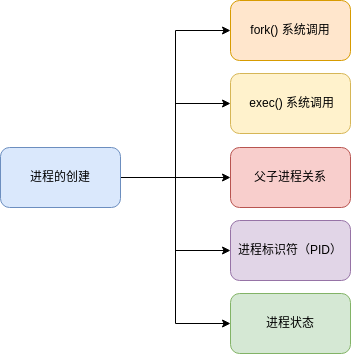
Above: 进程的创建方式.drawio.png in YuMingLiDawn/Linux (draw.io), before the change. Source tidied: cells renumbered, new cells last; positions are measured from the earlier drawing's top-left corner, leaving out a move shared by most shapes.
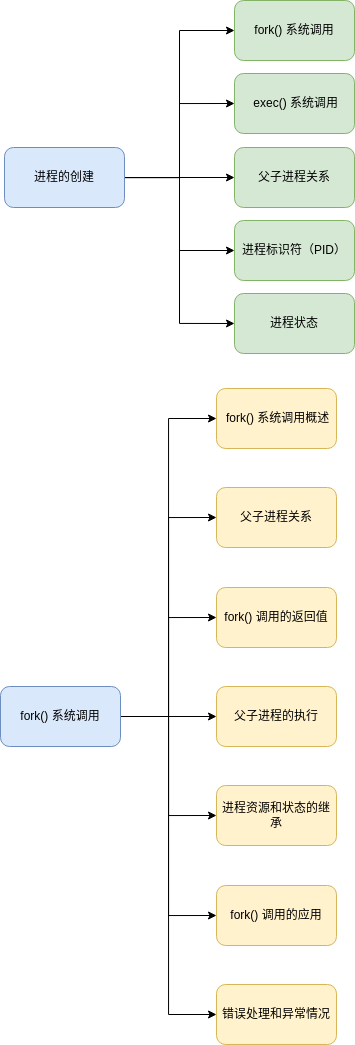
The same diagram one commit later.

Commit message:
更新进程的创建方式.drawio.png

Change to the diagram source:
```diff
@@ -20,20 +20,65 @@
     <mxCell id="7" value="进程的创建" style="rounded=1;whiteSpace=wrap;html=1;fillColor=#dae8fc;strokeColor=#6c8ebf;" parent="1" vertex="1">
       <mxGeometry y="147" width="120" height="60" as="geometry" />
     </mxCell>
-    <mxCell id="8" value="fork() 系统调用" style="rounded=1;whiteSpace=wrap;html=1;flipV=1;fillColor=#ffe6cc;strokeColor=#d79b00;" parent="1" vertex="1">
+    <mxCell id="8" value="fork() 系统调用" style="rounded=1;whiteSpace=wrap;html=1;flipV=1;fillColor=#d5e8d4;strokeColor=#82b366;" parent="1" vertex="1">
       <mxGeometry x="230" width="120" height="60" as="geometry" />
     </mxCell>
-    <mxCell id="9" value="进程标识符（PID）" style="rounded=1;whiteSpace=wrap;html=1;flipV=1;fillColor=#e1d5e7;strokeColor=#9673a6;" parent="1" vertex="1">
+    <mxCell id="9" value="进程标识符（PID）" style="rounded=1;whiteSpace=wrap;html=1;flipV=1;fillColor=#d5e8d4;strokeColor=#82b366;" parent="1" vertex="1">
       <mxGeometry x="230" y="220" width="120" height="60" as="geometry" />
     </mxCell>
     <mxCell id="10" value="进程状态" style="rounded=1;whiteSpace=wrap;html=1;flipV=1;fillColor=#d5e8d4;strokeColor=#82b366;" parent="1" vertex="1">
       <mxGeometry x="230" y="293" width="120" height="60" as="geometry" />
     </mxCell>
-    <mxCell id="11" value="父子进程关系" style="rounded=1;whiteSpace=wrap;html=1;flipV=1;fillColor=#f8cecc;strokeColor=#b85450;" parent="1" vertex="1">
+    <mxCell id="11" value="父子进程关系" style="rounded=1;whiteSpace=wrap;html=1;flipV=1;fillColor=#d5e8d4;strokeColor=#82b366;" parent="1" vertex="1">
       <mxGeometry x="230" y="147" width="120" height="60" as="geometry" />
     </mxCell>
-    <mxCell id="12" value="&amp;nbsp;exec() 系统调用" style="rounded=1;whiteSpace=wrap;html=1;flipV=1;fillColor=#fff2cc;strokeColor=#d6b656;" parent="1" vertex="1">
+    <mxCell id="12" value="&amp;nbsp;exec() 系统调用" style="rounded=1;whiteSpace=wrap;html=1;flipV=1;fillColor=#d5e8d4;strokeColor=#82b366;" parent="1" vertex="1">
       <mxGeometry x="230" y="73" width="120" height="60" as="geometry" />
     </mxCell>
+    <mxCell id="13" value="&amp;nbsp;fork() 系统调用概述" style="rounded=1;whiteSpace=wrap;html=1;flipV=1;fillColor=#fff2cc;strokeColor=#d6b656;" parent="1" vertex="1">
+      <mxGeometry x="212" y="388" width="120" height="60" as="geometry" />
+    </mxCell>
+    <mxCell id="14" value="父子进程关系" style="rounded=1;whiteSpace=wrap;html=1;flipV=1;fillColor=#fff2cc;strokeColor=#d6b656;" parent="1" vertex="1">
+      <mxGeometry x="212" y="487" width="120" height="60" as="geometry" />
+    </mxCell>
+    <mxCell id="15" value="fork() 调用的返回值" style="rounded=1;whiteSpace=wrap;html=1;flipV=1;fillColor=#fff2cc;strokeColor=#d6b656;" parent="1" vertex="1">
+      <mxGeometry x="212" y="587" width="120" height="60" as="geometry" />
+    </mxCell>
+    <mxCell id="16" value="父子进程的执行" style="rounded=1;whiteSpace=wrap;html=1;flipV=1;fillColor=#fff2cc;strokeColor=#d6b656;" parent="1" vertex="1">
+      <mxGeometry x="212" y="686" width="120" height="60" as="geometry" />
+    </mxCell>
+    <mxCell id="17" value="进程资源和状态的继承" style="rounded=1;whiteSpace=wrap;html=1;flipV=1;fillColor=#fff2cc;strokeColor=#d6b656;" parent="1" vertex="1">
+      <mxGeometry x="212" y="785" width="120" height="60" as="geometry" />
+    </mxCell>
+    <mxCell id="18" value="fork() 调用的应用" style="rounded=1;whiteSpace=wrap;html=1;flipV=1;fillColor=#fff2cc;strokeColor=#d6b656;" parent="1" vertex="1">
+      <mxGeometry x="212" y="885" width="120" height="60" as="geometry" />
+    </mxCell>
+    <mxCell id="19" style="edgeStyle=orthogonalEdgeStyle;rounded=0;jettySize=auto;html=1;" parent="1" edge="1" source="26" target="16">
+      <mxGeometry relative="1" as="geometry" />
+    </mxCell>
+    <mxCell id="20" style="edgeStyle=orthogonalEdgeStyle;rounded=0;jettySize=auto;html=1;entryX=0;entryY=0.5;entryDx=0;entryDy=0;" parent="1" edge="1" source="26" target="17">
+      <mxGeometry relative="1" as="geometry" />
+    </mxCell>
+    <mxCell id="21" style="edgeStyle=orthogonalEdgeStyle;rounded=0;jettySize=auto;html=1;entryX=0;entryY=0.5;entryDx=0;entryDy=0;" parent="1" edge="1" source="26" target="15">
+      <mxGeometry relative="1" as="geometry" />
+    </mxCell>
+    <mxCell id="22" style="edgeStyle=orthogonalEdgeStyle;rounded=0;jettySize=auto;html=1;entryX=0;entryY=0.5;entryDx=0;entryDy=0;" parent="1" edge="1" source="26" target="14">
+      <mxGeometry relative="1" as="geometry" />
+    </mxCell>
+    <mxCell id="23" style="edgeStyle=orthogonalEdgeStyle;rounded=0;jettySize=auto;html=1;entryX=0;entryY=0.5;entryDx=0;entryDy=0;" parent="1" edge="1" source="26" target="18">
+      <mxGeometry relative="1" as="geometry" />
+    </mxCell>
+    <mxCell id="24" style="edgeStyle=orthogonalEdgeStyle;rounded=0;jettySize=auto;html=1;entryX=0;entryY=0.5;entryDx=0;entryDy=0;" parent="1" edge="1" source="26" target="27">
+      <mxGeometry relative="1" as="geometry" />
+    </mxCell>
+    <mxCell id="25" style="edgeStyle=orthogonalEdgeStyle;rounded=0;jettySize=auto;html=1;entryX=0;entryY=0.5;entryDx=0;entryDy=0;" parent="1" edge="1" source="26" target="13">
+      <mxGeometry relative="1" as="geometry" />
+    </mxCell>
+    <mxCell id="26" value="fork() 系统调用" style="rounded=1;whiteSpace=wrap;html=1;flipV=1;fillColor=#dae8fc;strokeColor=#6c8ebf;" parent="1" vertex="1">
+      <mxGeometry x="-4" y="686" width="120" height="60" as="geometry" />
+    </mxCell>
+    <mxCell id="27" value="错误处理和异常情况" style="rounded=1;whiteSpace=wrap;html=1;flipV=1;fillColor=#fff2cc;strokeColor=#d6b656;" parent="1" vertex="1">
+      <mxGeometry x="212" y="984" width="120" height="60" as="geometry" />
+    </mxCell>
   </root>
 </mxGraphModel>
```
